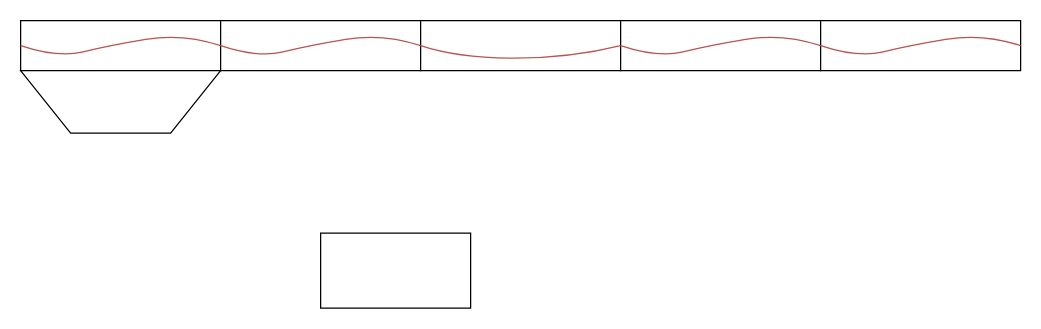
The draw.io diagram Causal.drawio in hzb29/hzb29, before the edit. Source tidied: cells renumbered, new cells numbered last; positions are measured from the earlier drawing's top-left corner, leaving out a move shared by most shapes. Both pictures are drawn from the tidied source at 125%, with x=0, y=0 at pixel (20, 20).
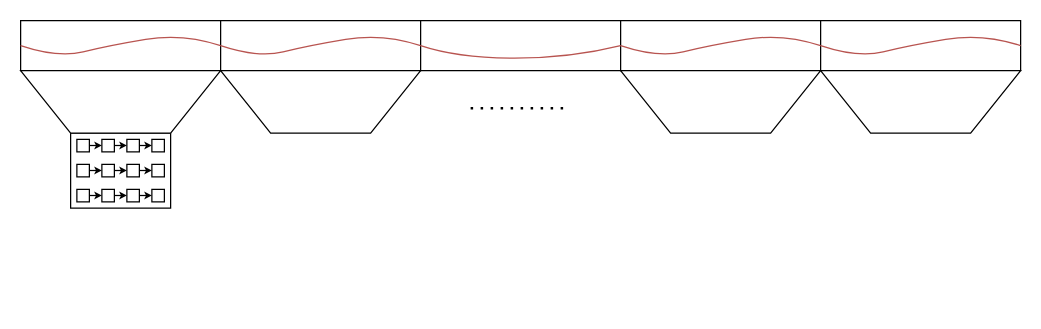
The same diagram, later.

Diff of the diagram source:
```diff
@@
     <mxCell id="12" style="rounded=0;whiteSpace=wrap;html=1;" parent="1" vertex="1">
-      <mxGeometry x="240" y="170" width="120" height="60" as="geometry" />
+      <mxGeometry x="40" y="90" width="80" height="60" as="geometry" />
     </mxCell>
@@
+    <mxCell id="14" style="shape=trapezoid;perimeter=trapezoidPerimeter;whiteSpace=wrap;html=1;fixedSize=1;rotation=-180;size=40;" parent="1" vertex="1">
+      <mxGeometry x="160" y="40" width="160" height="50" as="geometry" />
+    </mxCell>
+    <mxCell id="15" style="shape=trapezoid;perimeter=trapezoidPerimeter;whiteSpace=wrap;html=1;fixedSize=1;rotation=-180;size=40;" parent="1" vertex="1">
+      <mxGeometry x="480" y="40" width="160" height="50" as="geometry" />
+    </mxCell>
+    <mxCell id="16" style="shape=trapezoid;perimeter=trapezoidPerimeter;whiteSpace=wrap;html=1;fixedSize=1;rotation=-180;size=40;" parent="1" vertex="1">
+      <mxGeometry x="640" y="40" width="160" height="50" as="geometry" />
+    </mxCell>
+    <mxCell id="17" style="endArrow=none;dashed=1;html=1;dashPattern=1 3;strokeWidth=2;rounded=0;" parent="1" edge="1">
+      <mxGeometry relative="1" as="geometry">
+        <mxPoint x="360" y="70" as="sourcePoint" />
+        <mxPoint x="440" y="70" as="targetPoint" />
+      </mxGeometry>
+    </mxCell>
+    <mxCell id="18" style="rounded=0;whiteSpace=wrap;html=1;" parent="1" vertex="1">
+      <mxGeometry x="45" y="95" width="10" height="10" as="geometry" />
+    </mxCell>
+    <mxCell id="19" style="rounded=0;whiteSpace=wrap;html=1;" parent="1" vertex="1">
+      <mxGeometry x="65" y="95" width="10" height="10" as="geometry" />
+    </mxCell>
+    <mxCell id="20" style="rounded=0;whiteSpace=wrap;html=1;" parent="1" vertex="1">
+      <mxGeometry x="85" y="95" width="10" height="10" as="geometry" />
+    </mxCell>
+    <mxCell id="21" style="rounded=0;whiteSpace=wrap;html=1;" parent="1" vertex="1">
+      <mxGeometry x="105" y="95" width="10" height="10" as="geometry" />
+    </mxCell>
+    <mxCell id="22" style="rounded=0;whiteSpace=wrap;html=1;" parent="1" vertex="1">
+      <mxGeometry x="45" y="115" width="10" height="10" as="geometry" />
+    </mxCell>
+    <mxCell id="23" style="rounded=0;whiteSpace=wrap;html=1;" parent="1" vertex="1">
+      <mxGeometry x="65" y="115" width="10" height="10" as="geometry" />
+    </mxCell>
+    <mxCell id="24" style="rounded=0;whiteSpace=wrap;html=1;" parent="1" vertex="1">
+      <mxGeometry x="85" y="115" width="10" height="10" as="geometry" />
+    </mxCell>
+    <mxCell id="25" style="rounded=0;whiteSpace=wrap;html=1;" parent="1" vertex="1">
+      <mxGeometry x="105" y="115" width="10" height="10" as="geometry" />
+    </mxCell>
+    <mxCell id="26" style="rounded=0;whiteSpace=wrap;html=1;" parent="1" vertex="1">
+      <mxGeometry x="45" y="135" width="10" height="10" as="geometry" />
+    </mxCell>
+    <mxCell id="27" style="rounded=0;whiteSpace=wrap;html=1;" parent="1" vertex="1">
+      <mxGeometry x="65" y="135" width="10" height="10" as="geometry" />
+    </mxCell>
+    <mxCell id="28" style="rounded=0;whiteSpace=wrap;html=1;" parent="1" vertex="1">
+      <mxGeometry x="85" y="135" width="10" height="10" as="geometry" />
+    </mxCell>
+    <mxCell id="29" style="rounded=0;whiteSpace=wrap;html=1;" parent="1" vertex="1">
+      <mxGeometry x="105" y="135" width="10" height="10" as="geometry" />
+    </mxCell>
+    <mxCell id="30" style="endArrow=classic;html=1;rounded=0;endSize=3;startSize=3;" parent="1" edge="1">
+      <mxGeometry relative="1" as="geometry">
+        <mxPoint x="95" y="119.9" as="sourcePoint" />
+        <mxPoint x="105" y="119.9" as="targetPoint" />
+      </mxGeometry>
+    </mxCell>
+    <mxCell id="31" style="endArrow=classic;html=1;rounded=0;endSize=3;startSize=3;" parent="1" edge="1">
+      <mxGeometry relative="1" as="geometry">
+        <mxPoint x="95" y="99.9" as="sourcePoint" />
+        <mxPoint x="105" y="99.9" as="targetPoint" />
+      </mxGeometry>
+    </mxCell>
+    <mxCell id="32" style="endArrow=classic;html=1;rounded=0;endSize=3;startSize=3;" parent="1" edge="1">
+      <mxGeometry relative="1" as="geometry">
+        <mxPoint x="95" y="139.9" as="sourcePoint" />
+        <mxPoint x="105" y="139.9" as="targetPoint" />
+      </mxGeometry>
+    </mxCell>
+    <mxCell id="33" style="endArrow=classic;html=1;rounded=0;endSize=3;startSize=3;" parent="1" edge="1">
+      <mxGeometry relative="1" as="geometry">
+        <mxPoint x="75" y="119.9" as="sourcePoint" />
+        <mxPoint x="85" y="119.9" as="targetPoint" />
+      </mxGeometry>
+    </mxCell>
+    <mxCell id="34" style="endArrow=classic;html=1;rounded=0;endSize=3;startSize=3;" parent="1" edge="1">
+      <mxGeometry relative="1" as="geometry">
+        <mxPoint x="75" y="99.9" as="sourcePoint" />
+        <mxPoint x="85" y="99.9" as="targetPoint" />
+      </mxGeometry>
+    </mxCell>
+    <mxCell id="35" style="endArrow=classic;html=1;rounded=0;endSize=3;startSize=3;" parent="1" edge="1">
+      <mxGeometry relative="1" as="geometry">
+        <mxPoint x="55" y="99.9" as="sourcePoint" />
+        <mxPoint x="65" y="99.9" as="targetPoint" />
+      </mxGeometry>
+    </mxCell>
+    <mxCell id="36" style="endArrow=classic;html=1;rounded=0;endSize=3;startSize=3;" parent="1" edge="1">
+      <mxGeometry relative="1" as="geometry">
+        <mxPoint x="55" y="119.9" as="sourcePoint" />
+        <mxPoint x="65" y="119.9" as="targetPoint" />
+      </mxGeometry>
+    </mxCell>
+    <mxCell id="37" style="endArrow=classic;html=1;rounded=0;endSize=3;startSize=3;" parent="1" edge="1">
+      <mxGeometry relative="1" as="geometry">
+        <mxPoint x="75" y="139.9" as="sourcePoint" />
+        <mxPoint x="85" y="139.9" as="targetPoint" />
+      </mxGeometry>
+    </mxCell>
+    <mxCell id="38" style="endArrow=classic;html=1;rounded=0;endSize=3;startSize=3;" parent="1" edge="1">
+      <mxGeometry relative="1" as="geometry">
+        <mxPoint x="55" y="139.9" as="sourcePoint" />
+        <mxPoint x="65" y="139.9" as="targetPoint" />
+      </mxGeometry>
+    </mxCell>
```
